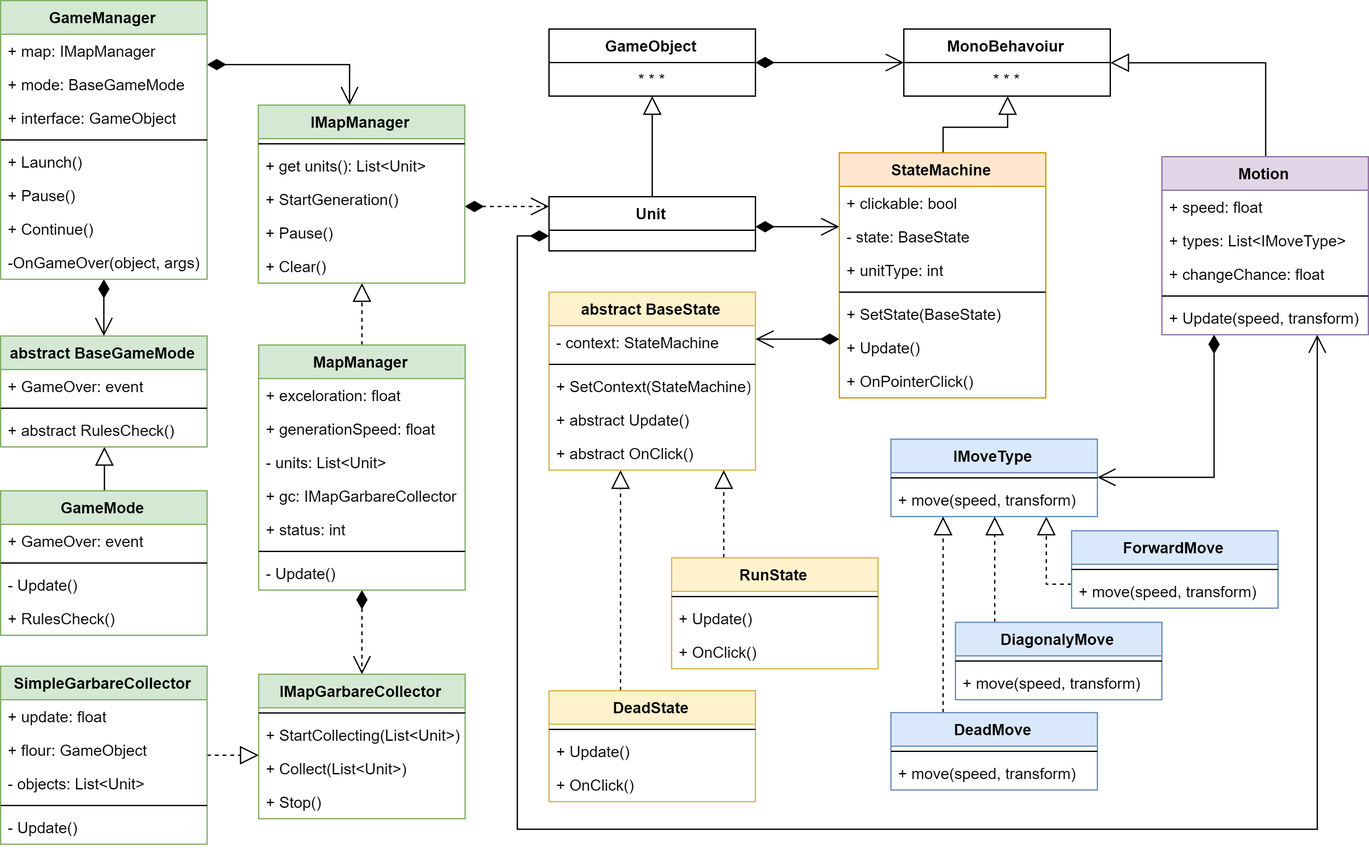
This is Docs/class diagram.png from EdwardBrave/SimpleClicker, a draw.io export, as it was before one commit. Source tidied: cells renumbered, new cells last; positions are measured from the earlier drawing's top-left corner, leaving out a move shared by most shapes.
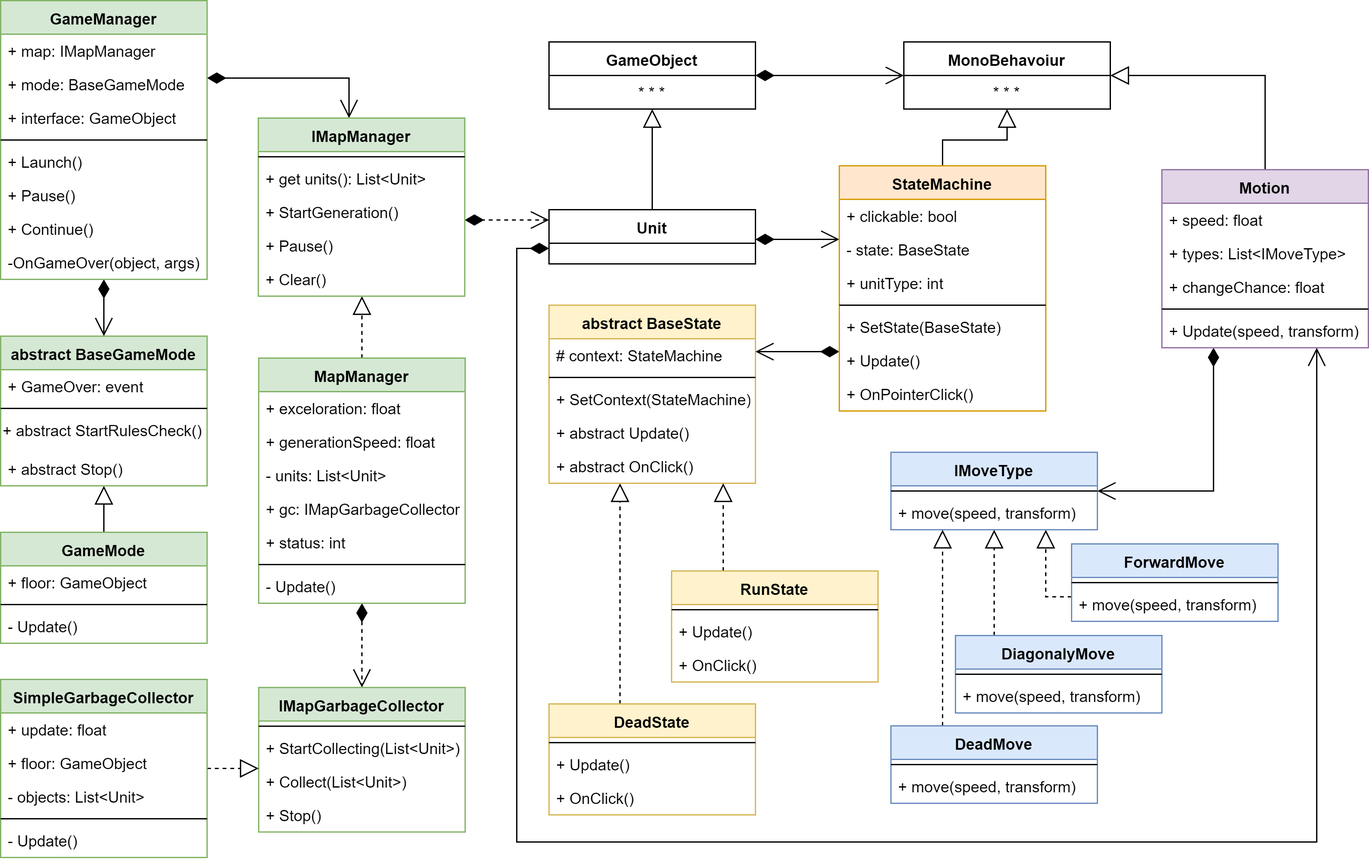
Above is the later version.

What changed in the source:
```diff
@@ -15,20 +15,17 @@
       <mxGeometry relative="1" as="geometry" />
     </mxCell>
     <mxCell id="6" value="GameMode" style="swimlane;fontStyle=1;align=center;verticalAlign=top;horizontal=1;startSize=26;fillColor=#d5e8d4;strokeColor=#82b366;" parent="1" vertex="1">
-      <mxGeometry y="380" width="160" height="112" as="geometry" />
+      <mxGeometry y="402" width="160" height="86" as="geometry" />
     </mxCell>
-    <mxCell id="7" value="+ GameOver: event" style="text;strokeColor=none;fillColor=none;align=left;verticalAlign=top;spacingLeft=4;spacingRight=4;overflow=hidden;" parent="6" vertex="1">
-      <mxGeometry y="26" width="160" height="26" as="geometry" />
-    </mxCell>
+    <mxCell id="111" value="+ floor: GameObject" style="text;strokeColor=none;fillColor=none;align=left;verticalAlign=top;spacingLeft=4;spacingRight=4;overflow=hidden;" parent="6" vertex="1">
+      <mxGeometry y="26" width="160" height="26" as="geometry" />
+    </mxCell>
     <mxCell id="8" style="line;strokeWidth=1;fillColor=none;align=left;verticalAlign=middle;spacingTop=-1;spacingLeft=3;spacingRight=3;labelPosition=right;" parent="6" vertex="1">
       <mxGeometry y="52" width="160" height="8" as="geometry" />
     </mxCell>
     <mxCell id="9" value="- Update()" style="text;strokeColor=none;fillColor=none;align=left;verticalAlign=top;spacingLeft=4;spacingRight=4;overflow=hidden;" parent="6" vertex="1">
       <mxGeometry y="60" width="160" height="26" as="geometry" />
     </mxCell>
-    <mxCell id="10" value="+ RulesCheck()" style="text;strokeColor=none;fillColor=none;align=left;verticalAlign=top;spacingLeft=4;spacingRight=4;overflow=hidden;" parent="6" vertex="1">
-      <mxGeometry y="86" width="160" height="26" as="geometry" />
-    </mxCell>
     <mxCell id="11" style="edgeStyle=orthogonalEdgeStyle;rounded=0;jettySize=auto;html=1;dashed=1;startArrow=diamondThin;startFill=1;startSize=12;endArrow=open;endFill=0;endSize=12;" parent="1" edge="1" source="89" target="69">
       <mxGeometry relative="1" as="geometry">
         <Array as="points">
@@ -59,7 +56,7 @@
     <mxCell id="17" value="- units: List&lt;Unit&gt;" style="text;strokeColor=none;fillColor=none;align=left;verticalAlign=top;spacingLeft=4;spacingRight=4;overflow=hidden;" parent="14" vertex="1">
       <mxGeometry y="78" width="160" height="26" as="geometry" />
     </mxCell>
-    <mxCell id="18" value="+ gc: IMapGarbareCollector" style="text;strokeColor=none;fillColor=none;align=left;verticalAlign=top;spacingLeft=4;spacingRight=4;overflow=hidden;fontStyle=0;" parent="14" vertex="1">
+    <mxCell id="18" value="+ gc: IMapGarbageCollector" style="text;strokeColor=none;fillColor=none;align=left;verticalAlign=top;spacingLeft=4;spacingRight=4;overflow=hidden;fontStyle=0;" parent="14" vertex="1">
       <mxGeometry y="104" width="160" height="26" as="geometry" />
     </mxCell>
     <mxCell id="19" value="+ status: int" style="text;strokeColor=none;fillColor=none;align=left;verticalAlign=top;spacingLeft=4;spacingRight=4;overflow=hidden;" parent="14" vertex="1">
@@ -87,7 +84,7 @@
       </mxGeometry>
     </mxCell>
     <mxCell id="24" value="GameManager" style="swimlane;fontStyle=1;align=center;verticalAlign=top;horizontal=1;startSize=26;fillColor=#d5e8d4;strokeColor=#82b366;" parent="1" vertex="1">
-      <mxGeometry width="160" height="216" as="geometry" />
+      <mxGeometry y="-10" width="160" height="216" as="geometry" />
     </mxCell>
     <mxCell id="25" value="+ map: IMapManager" style="text;strokeColor=none;fillColor=none;align=left;verticalAlign=top;spacingLeft=4;spacingRight=4;overflow=hidden;" parent="24" vertex="1">
       <mxGeometry y="26" width="160" height="26" as="geometry" />
@@ -219,7 +216,7 @@
     <mxCell id="57" value="abstract BaseState" style="swimlane;fontStyle=1;align=center;verticalAlign=top;horizontal=1;startSize=26;fillColor=#fff2cc;strokeColor=#d6b656;" parent="1" vertex="1">
       <mxGeometry x="425" y="226" width="160" height="138" as="geometry" />
     </mxCell>
-    <mxCell id="58" value="- context: StateMachine" style="text;strokeColor=none;fillColor=none;align=left;verticalAlign=top;spacingLeft=4;spacingRight=4;overflow=hidden;" parent="57" vertex="1">
+    <mxCell id="58" value="# context: StateMachine" style="text;strokeColor=none;fillColor=none;align=left;verticalAlign=top;spacingLeft=4;spacingRight=4;overflow=hidden;" parent="57" vertex="1">
       <mxGeometry y="26" width="160" height="26" as="geometry" />
     </mxCell>
     <mxCell id="59" style="line;strokeWidth=1;fillColor=none;align=left;verticalAlign=middle;spacingTop=-1;spacingLeft=3;spacingRight=3;labelPosition=right;" parent="57" vertex="1">
@@ -349,7 +346,7 @@
     <mxCell id="94" value="+ Clear()" style="text;strokeColor=none;fillColor=none;align=left;verticalAlign=top;spacingLeft=4;spacingRight=4;overflow=hidden;" parent="89" vertex="1">
       <mxGeometry y="112" width="160" height="26" as="geometry" />
     </mxCell>
-    <mxCell id="95" value="IMapGarbareCollector" style="swimlane;fontStyle=1;align=center;verticalAlign=top;horizontal=1;startSize=26;fillColor=#d5e8d4;strokeColor=#82b366;" parent="1" vertex="1">
+    <mxCell id="95" value="IMapGarbageCollector" style="swimlane;fontStyle=1;align=center;verticalAlign=top;horizontal=1;startSize=26;fillColor=#d5e8d4;strokeColor=#82b366;" parent="1" vertex="1">
       <mxGeometry x="200" y="522.2" width="160" height="112" as="geometry" />
     </mxCell>
     <mxCell id="96" style="line;strokeWidth=1;fillColor=none;align=left;verticalAlign=middle;spacingTop=-1;spacingLeft=3;spacingRight=3;labelPosition=right;" parent="95" vertex="1">
@@ -372,13 +369,13 @@
         </Array>
       </mxGeometry>
     </mxCell>
-    <mxCell id="101" value="SimpleGarbareCollector" style="swimlane;fontStyle=1;align=center;verticalAlign=top;horizontal=1;startSize=26;fillColor=#d5e8d4;strokeColor=#82b366;" parent="1" vertex="1">
+    <mxCell id="101" value="SimpleGarbageCollector" style="swimlane;fontStyle=1;align=center;verticalAlign=top;horizontal=1;startSize=26;fillColor=#d5e8d4;strokeColor=#82b366;" parent="1" vertex="1">
       <mxGeometry y="516" width="160" height="138" as="geometry" />
     </mxCell>
     <mxCell id="102" value="+ update: float" style="text;strokeColor=none;fillColor=none;align=left;verticalAlign=top;spacingLeft=4;spacingRight=4;overflow=hidden;" parent="101" vertex="1">
       <mxGeometry y="26" width="160" height="26" as="geometry" />
     </mxCell>
-    <mxCell id="103" value="+ flour: GameObject" style="text;strokeColor=none;fillColor=none;align=left;verticalAlign=top;spacingLeft=4;spacingRight=4;overflow=hidden;" parent="101" vertex="1">
+    <mxCell id="103" value="+ floor: GameObject" style="text;strokeColor=none;fillColor=none;align=left;verticalAlign=top;spacingLeft=4;spacingRight=4;overflow=hidden;" parent="101" vertex="1">
       <mxGeometry y="52" width="160" height="26" as="geometry" />
     </mxCell>
     <mxCell id="104" value="- objects: List&lt;Unit&gt;" style="text;strokeColor=none;fillColor=none;align=left;verticalAlign=top;spacingLeft=4;spacingRight=4;overflow=hidden;" parent="101" vertex="1">
@@ -391,7 +388,7 @@
       <mxGeometry y="112" width="160" height="26" as="geometry" />
     </mxCell>
     <mxCell id="107" value="abstract BaseGameMode" style="swimlane;fontStyle=1;align=center;verticalAlign=top;horizontal=1;startSize=26;fillColor=#d5e8d4;strokeColor=#82b366;" parent="1" vertex="1">
-      <mxGeometry y="260" width="160" height="86" as="geometry" />
+      <mxGeometry y="250" width="160" height="116" as="geometry" />
     </mxCell>
     <mxCell id="108" value="+ GameOver: event" style="text;strokeColor=none;fillColor=none;align=left;verticalAlign=top;spacingLeft=4;spacingRight=4;overflow=hidden;" parent="107" vertex="1">
       <mxGeometry y="26" width="160" height="26" as="geometry" />
@@ -399,8 +396,11 @@
     <mxCell id="109" style="line;strokeWidth=1;fillColor=none;align=left;verticalAlign=middle;spacingTop=-1;spacingLeft=3;spacingRight=3;labelPosition=right;" parent="107" vertex="1">
       <mxGeometry y="52" width="160" height="8" as="geometry" />
     </mxCell>
+    <mxCell id="112" value="+ abstract&amp;nbsp;StartRulesCheck()" style="text;html=1;" parent="107" vertex="1">
+      <mxGeometry y="60" width="160" height="30" as="geometry" />
+    </mxCell>
-    <mxCell id="110" value="+ abstract RulesCheck()" style="text;strokeColor=none;fillColor=none;align=left;verticalAlign=top;spacingLeft=4;spacingRight=4;overflow=hidden;" parent="107" vertex="1">
-      <mxGeometry y="60" width="160" height="26" as="geometry" />
+    <mxCell id="110" value="+ abstract Stop()" style="text;strokeColor=none;fillColor=none;align=left;verticalAlign=top;spacingLeft=4;spacingRight=4;overflow=hidden;" parent="107" vertex="1">
+      <mxGeometry y="90" width="160" height="26" as="geometry" />
     </mxCell>
   </root>
 </mxGraphModel>
```
